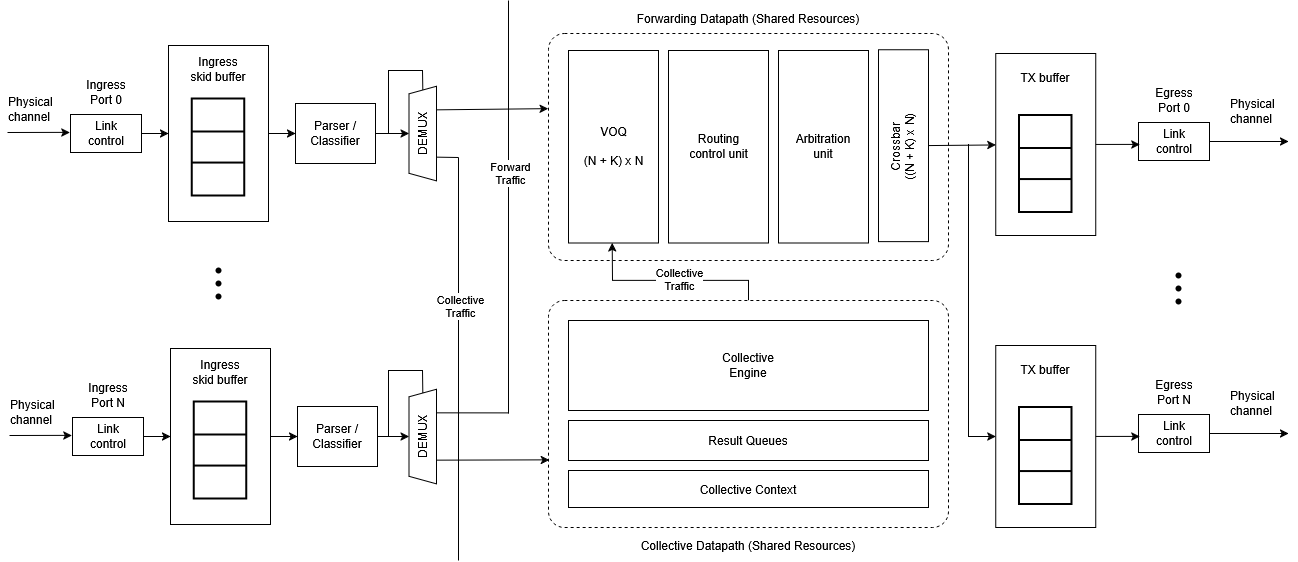
Before: docs/assets/images/architecture/overview.png, a diagram exported from draw.io (uniquadev/prism). Source tidied: cells renumbered, new cells last; positions are measured from the earlier drawing's top-left corner, leaving out a move shared by most shapes.
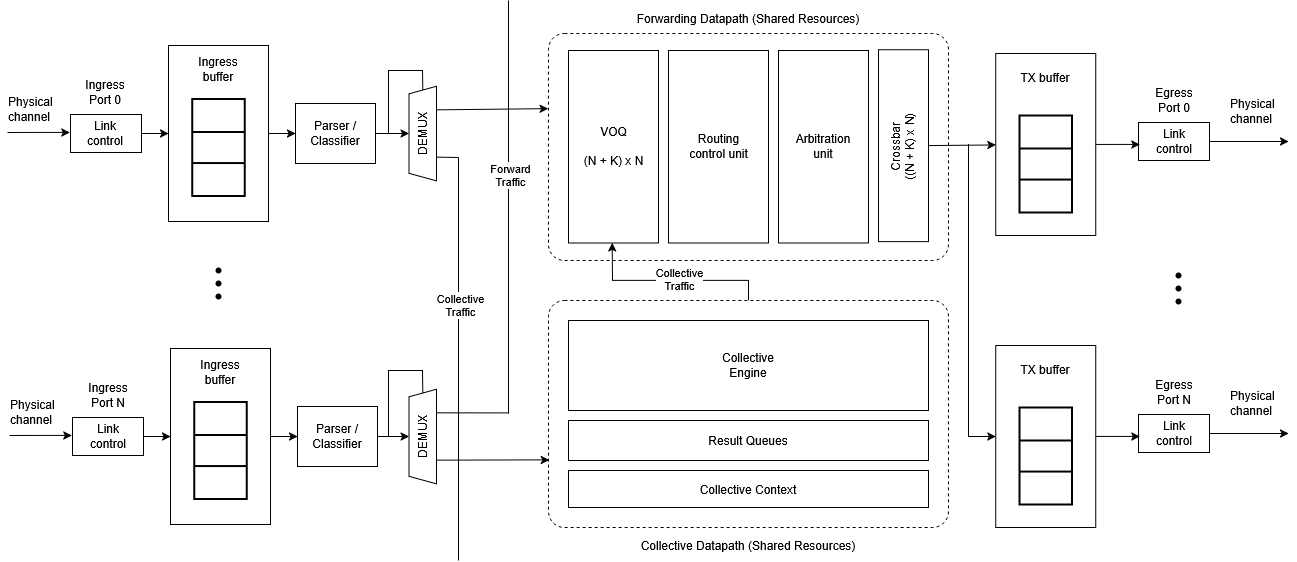
The same diagram one commit later.

Commit message:
update architecture documentation and diagrams for clarity and completeness

The edit, as a diff of the source:
```diff
@@ -37,7 +37,7 @@
     <mxCell id="12" style="verticalLabelPosition=bottom;verticalAlign=top;html=1;shape=mxgraph.basic.rect;fillColor2=none;strokeWidth=1;size=20;indent=5;" parent="6" vertex="1">
       <mxGeometry y="12" width="100" height="176" as="geometry" />
     </mxCell>
-    <mxCell id="13" value="&lt;div&gt;Ingress&lt;/div&gt;&lt;div&gt;skid buffer&lt;/div&gt;" style="text;html=1;whiteSpace=wrap;strokeColor=none;fillColor=none;align=center;verticalAlign=middle;rounded=0;" parent="6" vertex="1">
+    <mxCell id="13" value="&lt;div&gt;Ingress&lt;/div&gt;&lt;div&gt;buffer&lt;/div&gt;" style="text;html=1;whiteSpace=wrap;strokeColor=none;fillColor=none;align=center;verticalAlign=middle;rounded=0;" parent="6" vertex="1">
       <mxGeometry x="20" y="21" width="60" height="30" as="geometry" />
     </mxCell>
     <mxCell id="14" style="strokeWidth=2;html=1;shape=mxgraph.lean_mapping.buffer_or_safety_stock;rotation=-180;" parent="6" vertex="1">
@@ -93,7 +93,7 @@
     <mxCell id="28" style="verticalLabelPosition=bottom;verticalAlign=top;html=1;shape=mxgraph.basic.rect;fillColor2=none;strokeWidth=1;size=20;indent=5;" parent="27" vertex="1">
       <mxGeometry y="-2" width="100" height="176" as="geometry" />
     </mxCell>
-    <mxCell id="29" value="&lt;div&gt;Ingress&lt;/div&gt;&lt;div&gt;skid buffer&lt;/div&gt;" style="text;html=1;whiteSpace=wrap;strokeColor=none;fillColor=none;align=center;verticalAlign=middle;rounded=0;" parent="27" vertex="1">
+    <mxCell id="29" value="&lt;div&gt;Ingress&lt;/div&gt;&lt;div&gt;buffer&lt;/div&gt;" style="text;html=1;whiteSpace=wrap;strokeColor=none;fillColor=none;align=center;verticalAlign=middle;rounded=0;" parent="27" vertex="1">
       <mxGeometry x="20" y="7" width="60" height="30" as="geometry" />
     </mxCell>
     <mxCell id="30" style="strokeWidth=2;html=1;shape=mxgraph.lean_mapping.buffer_or_safety_stock;rotation=-180;" parent="27" vertex="1">
```
